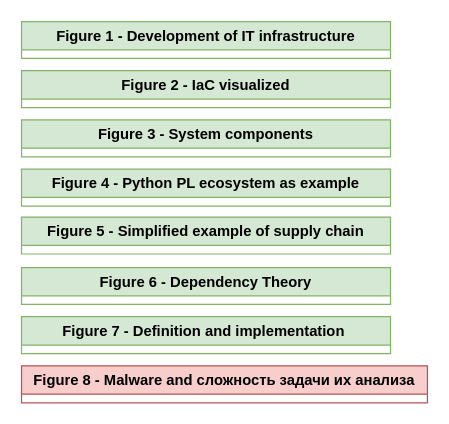
This is page "introduction_and_literature-review" (2 of 4) of diagrams.drawio from NoyanTM/aitu-sist-2026_research-paper, a draw.io file, before an edit. Source tidied: cells renumbered, new cells numbered last; positions are measured from the earlier drawing's top-left corner, leaving out a move shared by most shapes. Both pictures are drawn from the tidied source at 123%, with x=0, y=0 at pixel (21, 21).
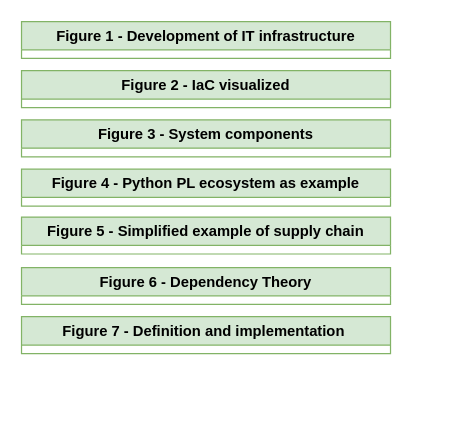
Above is the later version.

What changed in the source:
```diff
@@
 <mxGraphModel>
   <root>
     <mxCell id="0" />
     <mxCell id="1" parent="0" />
     <mxCell id="2" value="Figure 5 - Simplified example of supply chain" style="swimlane;whiteSpace=wrap;html=1;fillColor=#d5e8d4;strokeColor=#82b366;" parent="1" vertex="1" collapsed="1">
       <mxGeometry y="159" width="300" height="30" as="geometry" />
     </mxCell>
     <mxCell id="3" value="Figure 1 - Development of IT infrastructure" style="swimlane;whiteSpace=wrap;html=1;fillColor=#d5e8d4;strokeColor=#82b366;" parent="1" vertex="1" collapsed="1">
       <mxGeometry width="300" height="30" as="geometry" />
     </mxCell>
     <mxCell id="4" value="Figure 2 - IaC visualized" style="swimlane;whiteSpace=wrap;html=1;fillColor=#d5e8d4;strokeColor=#82b366;" parent="1" vertex="1" collapsed="1">
       <mxGeometry y="40" width="300" height="30" as="geometry" />
     </mxCell>
     <mxCell id="5" value="Figure 3 - System components" style="swimlane;whiteSpace=wrap;html=1;fillColor=#d5e8d4;strokeColor=#82b366;" parent="1" vertex="1" collapsed="1">
       <mxGeometry y="80" width="300" height="30" as="geometry" />
     </mxCell>
     <mxCell id="6" value="&lt;span&gt;&lt;font style=&quot;color: rgb(0, 0, 0);&quot;&gt;Figure 6 - Dependency Theory&lt;/font&gt;&lt;/span&gt;" style="swimlane;whiteSpace=wrap;html=1;fillColor=#d5e8d4;strokeColor=#82b366;" parent="1" vertex="1" collapsed="1">
       <mxGeometry y="200" width="300" height="30" as="geometry" />
     </mxCell>
     <mxCell id="7" value="&lt;div&gt;Figure 4 - Python PL ecosystem as example&lt;/div&gt;" style="swimlane;whiteSpace=wrap;html=1;fillColor=#d5e8d4;strokeColor=#82b366;" parent="1" vertex="1" collapsed="1">
       <mxGeometry y="120" width="300" height="30" as="geometry" />
     </mxCell>
-    <mxCell id="8" value="Figure 8 - Malware and сложность задачи их анализа" style="swimlane;whiteSpace=wrap;html=1;fillColor=#f8cecc;strokeColor=#b85450;" parent="1" vertex="1" collapsed="1">
-      <mxGeometry y="280" width="330" height="30" as="geometry" />
-    </mxCell>
     <mxCell id="9" value="Figure 7 - Definition and implementation&amp;nbsp;" style="swimlane;whiteSpace=wrap;html=1;fillColor=#d5e8d4;strokeColor=#82b366;" parent="1" vertex="1" collapsed="1">
       <mxGeometry y="240" width="300" height="30" as="geometry" />
     </mxCell>
   </root>
 </mxGraphModel>
```
